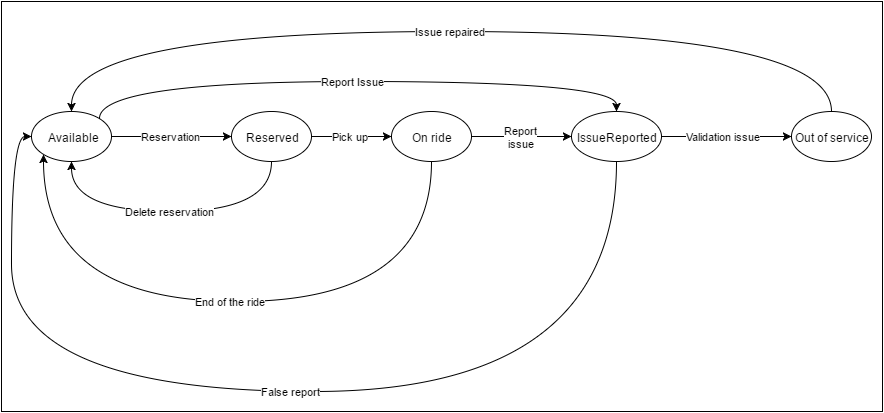
Earlier version of the draw.io export RASD/RASD_images/StatediagramCAR.png (TavecchiaG/Project_SE2_RTV). Source tidied: cells renumbered, new cells last; positions are measured from the earlier drawing's top-left corner, leaving out a move shared by most shapes.
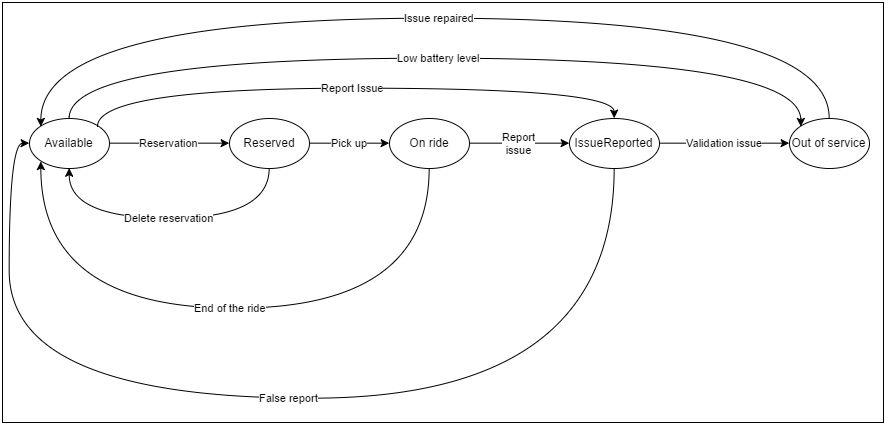
Later version of the same file.

Change to the diagram source:
```diff
@@ -3,75 +3,83 @@
     <mxCell id="0" />
     <mxCell id="1" parent="0" />
     <mxCell id="2" style="whiteSpace=wrap;html=1;" parent="1" vertex="1">
-      <mxGeometry width="881" height="410" as="geometry" />
+      <mxGeometry x="3" y="-6" width="881" height="420" as="geometry" />
     </mxCell>
-    <mxCell id="3" value="Available" style="ellipse;whiteSpace=wrap;html=1;" parent="1" vertex="1">
-      <mxGeometry x="30" y="110" width="80" height="50" as="geometry" />
+    <mxCell id="3" value="Low battery level" style="edgeStyle=orthogonalEdgeStyle;rounded=0;html=1;exitX=0.5;exitY=0;entryX=0;entryY=0;startSize=6;endArrow=classic;endFill=1;endSize=6;jettySize=auto;curved=1;" parent="1" edge="1" source="4" target="10">
+      <mxGeometry x="109.7" y="89.7" as="geometry">
+        <Array as="points">
+          <mxPoint x="70" y="50" />
+          <mxPoint x="802" y="50" />
+        </Array>
+      </mxGeometry>
     </mxCell>
-    <mxCell id="4" value="Reserved" style="ellipse;whiteSpace=wrap;html=1;" parent="1" vertex="1">
-      <mxGeometry x="230" y="110" width="80" height="50" as="geometry" />
+    <mxCell id="4" value="Available" style="ellipse;whiteSpace=wrap;html=1;" parent="1" vertex="1">
+      <mxGeometry x="30" y="110" width="80" height="50" as="geometry" />
     </mxCell>
-    <mxCell id="5" value="IssueReported" style="ellipse;whiteSpace=wrap;html=1;" parent="1" vertex="1">
-      <mxGeometry x="570" y="110" width="90" height="50" as="geometry" />
+    <mxCell id="5" value="Reserved" style="ellipse;whiteSpace=wrap;html=1;" parent="1" vertex="1">
+      <mxGeometry x="230" y="110" width="80" height="50" as="geometry" />
     </mxCell>
-    <mxCell id="6" value="Reservation" style="edgeStyle=none;rounded=0;html=1;exitX=1;exitY=0.5;entryX=0;entryY=0.5;endArrow=classic;endFill=1;jettySize=auto;" parent="1" edge="1" source="3" target="4">
-      <mxGeometry x="150" y="175" as="geometry" />
+    <mxCell id="6" value="IssueReported" style="ellipse;whiteSpace=wrap;html=1;" parent="1" vertex="1">
+      <mxGeometry x="570" y="110" width="90" height="50" as="geometry" />
     </mxCell>
-    <mxCell id="7" value="Delete reservation" style="edgeStyle=orthogonalEdgeStyle;rounded=0;html=1;exitX=0.5;exitY=1;entryX=0.5;entryY=1;endArrow=classic;endFill=1;jettySize=auto;curved=1;" parent="1" edge="1" source="4" target="3">
-      <mxGeometry x="110" y="200" as="geometry">
-        <Array as="points">
-          <mxPoint x="270" y="210" />
-          <mxPoint x="70" y="210" />
-        </Array>
-      </mxGeometry>
+    <mxCell id="7" value="Reservation" style="edgeStyle=none;rounded=0;html=1;exitX=1;exitY=0.5;entryX=0;entryY=0.5;endArrow=classic;endFill=1;jettySize=auto;" parent="1" edge="1" source="4" target="5">
+      <mxGeometry x="149.7" y="174.7" as="geometry" />
     </mxCell>
-    <mxCell id="8" value="End of the ride" style="edgeStyle=orthogonalEdgeStyle;curved=1;rounded=0;html=1;exitX=0.5;exitY=1;entryX=0;entryY=1;endArrow=classic;endFill=1;jettySize=auto;" parent="1" edge="1" source="14" target="3">
-      <mxGeometry x="82" y="193" as="geometry">
+    <mxCell id="8" value="Delete reservation" style="edgeStyle=orthogonalEdgeStyle;rounded=0;html=1;exitX=0.5;exitY=1;entryX=0.5;entryY=1;endArrow=classic;endFill=1;jettySize=auto;curved=1;" parent="1" edge="1" source="5" target="4">
+      <mxGeometry x="109.7" y="199.7" as="geometry">
         <Array as="points">
-          <mxPoint x="430" y="300" />
-          <mxPoint x="42" y="300" />
+          <mxPoint x="270" y="210" />
+          <mxPoint x="70" y="210" />
         </Array>
       </mxGeometry>
     </mxCell>
-    <mxCell id="9" value="Out of service" style="ellipse;whiteSpace=wrap;html=1;" parent="1" vertex="1">
-      <mxGeometry x="790" y="110" width="80" height="50" as="geometry" />
+    <mxCell id="9" value="End of the ride" style="edgeStyle=orthogonalEdgeStyle;curved=1;rounded=0;html=1;exitX=0.5;exitY=1;entryX=0;entryY=1;endArrow=classic;endFill=1;jettySize=auto;" parent="1" edge="1" source="15" target="4">
+      <mxGeometry x="81.3" y="193" as="geometry">
+        <Array as="points">
+          <mxPoint x="430" y="300" />
+          <mxPoint x="42" y="300" />
+        </Array>
+      </mxGeometry>
     </mxCell>
-    <mxCell id="10" value="Validation issue" style="edgeStyle=orthogonalEdgeStyle;curved=1;rounded=0;html=1;exitX=1;exitY=0.5;entryX=0;entryY=0.5;endArrow=classic;endFill=1;jettySize=auto;" parent="1" edge="1" source="5" target="9">
-      <mxGeometry x="700" y="175" as="geometry" />
+    <mxCell id="10" value="Out of service" style="ellipse;whiteSpace=wrap;html=1;" parent="1" vertex="1">
+      <mxGeometry x="790" y="110" width="80" height="50" as="geometry" />
     </mxCell>
-    <mxCell id="11" value="False report" style="edgeStyle=orthogonalEdgeStyle;curved=1;rounded=0;html=1;exitX=0.5;exitY=1;entryX=0;entryY=0.5;endArrow=classic;endFill=1;jettySize=auto;" parent="1" edge="1" source="5" target="3">
-      <mxGeometry x="50" y="175" as="geometry">
-        <Array as="points">
-          <mxPoint x="615" y="390" />
-          <mxPoint x="10" y="390" />
-          <mxPoint x="10" y="135" />
-        </Array>
-      </mxGeometry>
+    <mxCell id="11" value="Validation issue" style="edgeStyle=orthogonalEdgeStyle;curved=1;rounded=0;html=1;exitX=1;exitY=0.5;entryX=0;entryY=0.5;endArrow=classic;endFill=1;jettySize=auto;" parent="1" edge="1" source="6" target="10">
+      <mxGeometry x="699.7" y="174.7" as="geometry" />
     </mxCell>
-    <mxCell id="12" value="Issue repaired" style="edgeStyle=orthogonalEdgeStyle;curved=1;rounded=0;html=1;exitX=0.5;exitY=0;entryX=0.5;entryY=0;endArrow=classic;endFill=1;jettySize=auto;" parent="1" edge="1" source="9" target="3">
-      <mxGeometry x="110" y="70" as="geometry">
+    <mxCell id="12" value="False report" style="edgeStyle=orthogonalEdgeStyle;curved=1;rounded=0;html=1;exitX=0.5;exitY=1;entryX=0;entryY=0.5;endArrow=classic;endFill=1;jettySize=auto;" parent="1" edge="1" source="6" target="4">
+      <mxGeometry x="49.7" y="174.7" as="geometry">
         <Array as="points">
-          <mxPoint x="830" y="30" />
-          <mxPoint x="70" y="30" />
+          <mxPoint x="615" y="390" />
+          <mxPoint x="10" y="390" />
+          <mxPoint x="10" y="135" />
         </Array>
       </mxGeometry>
     </mxCell>
-    <mxCell id="13" value="Report Issue" style="edgeStyle=orthogonalEdgeStyle;curved=1;rounded=0;html=1;exitX=1;exitY=0;entryX=0.5;entryY=0;endArrow=classic;endFill=1;jettySize=auto;" parent="1" edge="1" source="3" target="5">
-      <mxGeometry x="138" y="120" as="geometry">
+    <mxCell id="13" value="Issue repaired" style="edgeStyle=orthogonalEdgeStyle;curved=1;rounded=0;html=1;exitX=0.5;exitY=0;entryX=0;entryY=0;endArrow=classic;endFill=1;jettySize=auto;" parent="1" edge="1" source="10" target="4">
+      <mxGeometry x="81.3" y="49.7" as="geometry">
         <Array as="points">
-          <mxPoint x="98" y="80" />
-          <mxPoint x="615" y="80" />
+          <mxPoint x="830" y="10" />
+          <mxPoint x="42" y="10" />
         </Array>
       </mxGeometry>
     </mxCell>
-    <mxCell id="14" value="On ride" style="ellipse;whiteSpace=wrap;html=1;" parent="1" vertex="1">
-      <mxGeometry x="390" y="110" width="80" height="50" as="geometry" />
+    <mxCell id="14" value="Report Issue" style="edgeStyle=orthogonalEdgeStyle;curved=1;rounded=0;html=1;exitX=1;exitY=0;entryX=0.5;entryY=0;endArrow=classic;endFill=1;jettySize=auto;" parent="1" edge="1" source="4" target="6">
+      <mxGeometry x="138" y="119.7" as="geometry">
+        <Array as="points">
+          <mxPoint x="98" y="80" />
+          <mxPoint x="615" y="80" />
+        </Array>
+      </mxGeometry>
     </mxCell>
-    <mxCell id="15" value="Pick up" style="edgeStyle=orthogonalEdgeStyle;curved=1;rounded=0;html=1;exitX=1;exitY=0.5;entryX=0;entryY=0.5;endArrow=classic;endFill=1;jettySize=auto;" parent="1" edge="1" source="4" target="14">
-      <mxGeometry x="350" y="175" as="geometry" />
+    <mxCell id="15" value="On ride" style="ellipse;whiteSpace=wrap;html=1;" parent="1" vertex="1">
+      <mxGeometry x="390" y="110" width="80" height="50" as="geometry" />
     </mxCell>
-    <mxCell id="16" value="Report&lt;div&gt;issue&lt;/div&gt;" style="edgeStyle=orthogonalEdgeStyle;curved=1;rounded=0;html=1;exitX=1;exitY=0.5;entryX=0;entryY=0.5;endArrow=classic;endFill=1;jettySize=auto;" parent="1" edge="1" source="14" target="5">
-      <mxGeometry x="510" y="175" as="geometry" />
+    <mxCell id="16" value="Pick up" style="edgeStyle=orthogonalEdgeStyle;curved=1;rounded=0;html=1;exitX=1;exitY=0.5;entryX=0;entryY=0.5;endArrow=classic;endFill=1;jettySize=auto;" parent="1" edge="1" source="5" target="15">
+      <mxGeometry x="349.7" y="174.7" as="geometry" />
     </mxCell>
+    <mxCell id="17" value="Report&lt;div&gt;issue&lt;/div&gt;" style="edgeStyle=orthogonalEdgeStyle;curved=1;rounded=0;html=1;exitX=1;exitY=0.5;entryX=0;entryY=0.5;endArrow=classic;endFill=1;jettySize=auto;" parent="1" edge="1" source="15" target="6">
+      <mxGeometry x="509.7" y="174.7" as="geometry" />
+    </mxCell>
   </root>
 </mxGraphModel>
```
